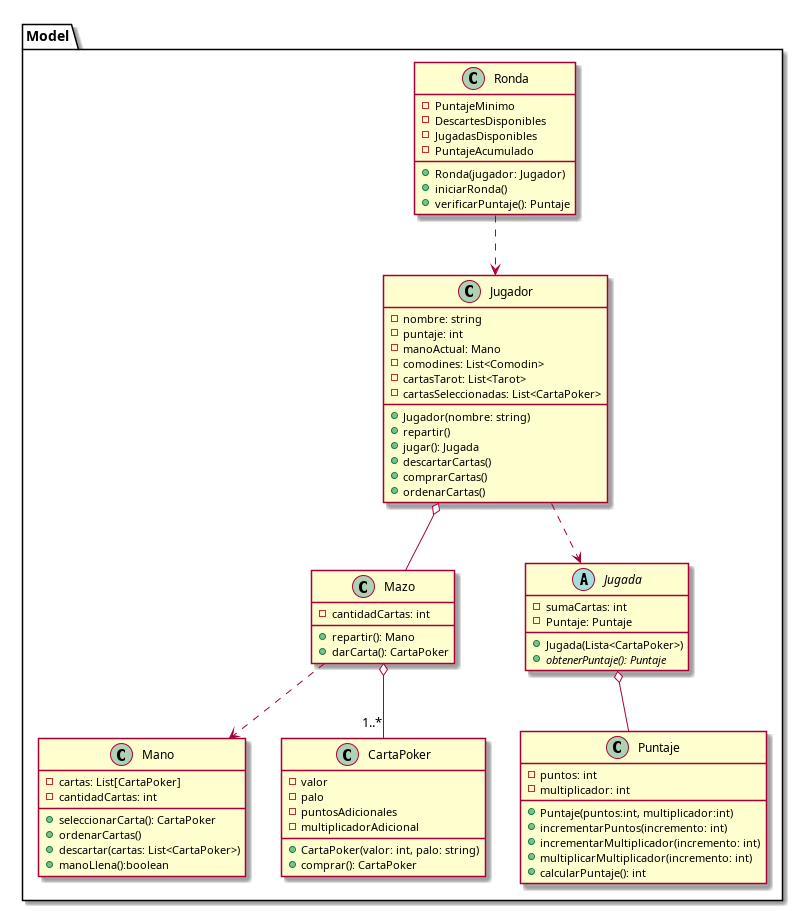
Earlier version of the PlantUML export diagrams/classes/clasesBalatro2.png (carruizdiaz1109/UBAlatro). Its source is kept beside it as diagrams/classes/clasesBalatro2.puml.
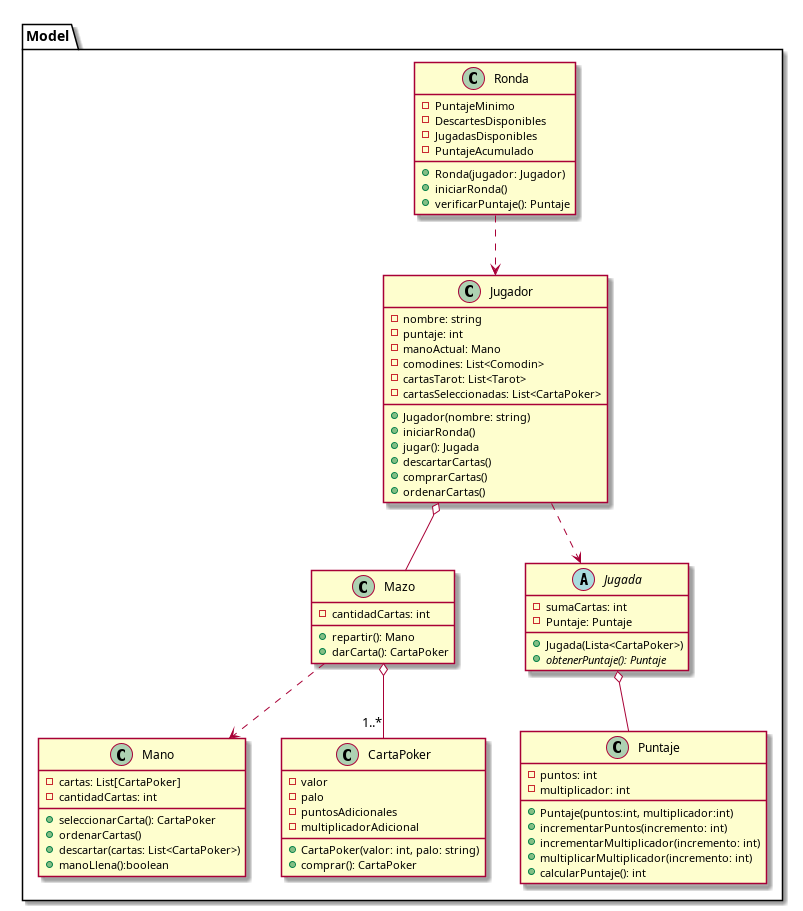
After the change.

Change to the diagram source:
```diff
@@ -10,7 +10,7 @@
     - cartasTarot: List<Tarot>
     - cartasSeleccionadas: List<CartaPoker>
     + Jugador(nombre: string)
-    + repartir()
+    + iniciarRonda()
     + jugar(): Jugada
     + descartarCartas()
     + comprarCartas()
```
